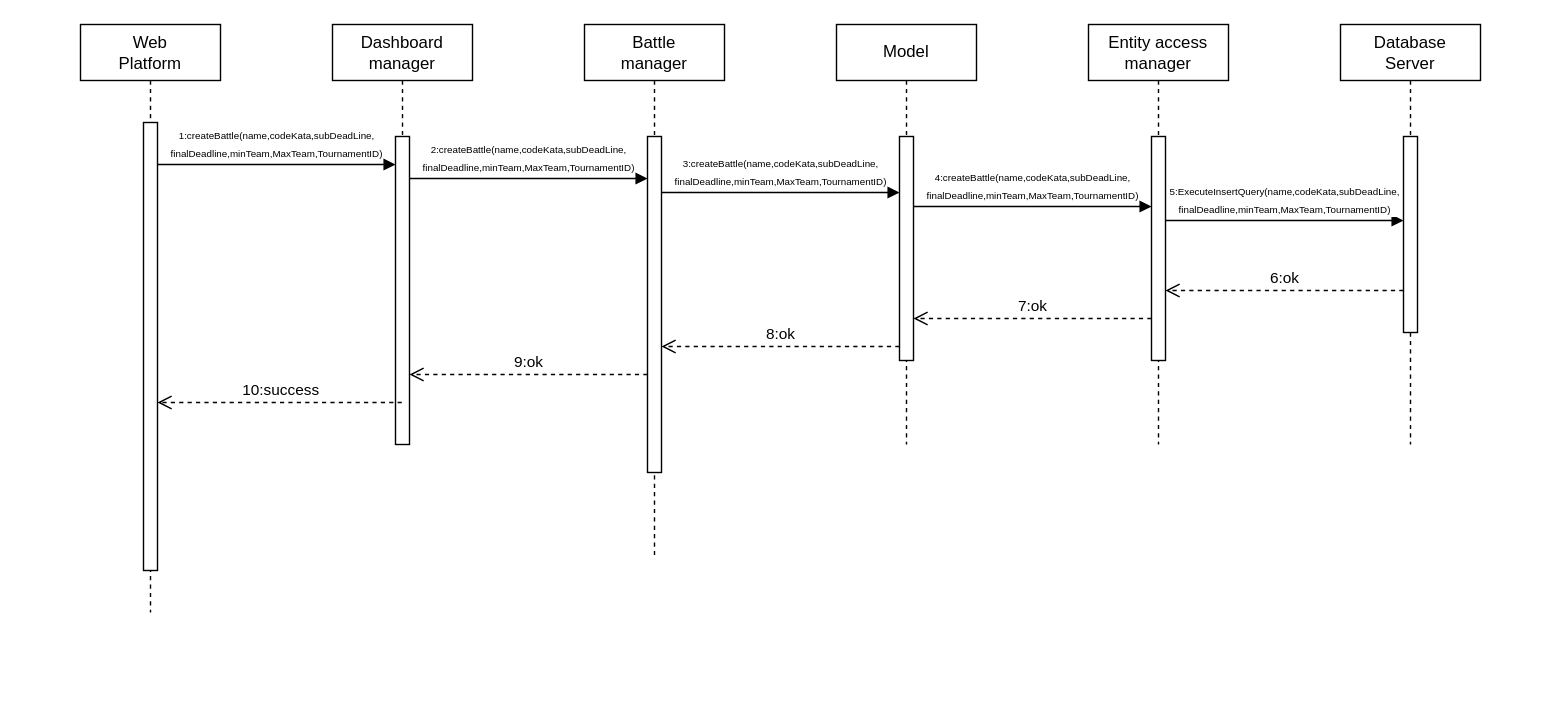
Earlier version of the draw.io diagram page "BattleCreation" (4 of 18) of diagrams/Runtime diagrams/RuntimeDiagrams.drawio (mttcrn/software-engineering-II-project). Source tidied: cells renumbered, new cells numbered last; positions are measured from the earlier drawing's top-left corner, leaving out a move shared by most shapes. Both pictures are drawn from the tidied source at 140%, with x=0, y=0 at pixel (80, 24).
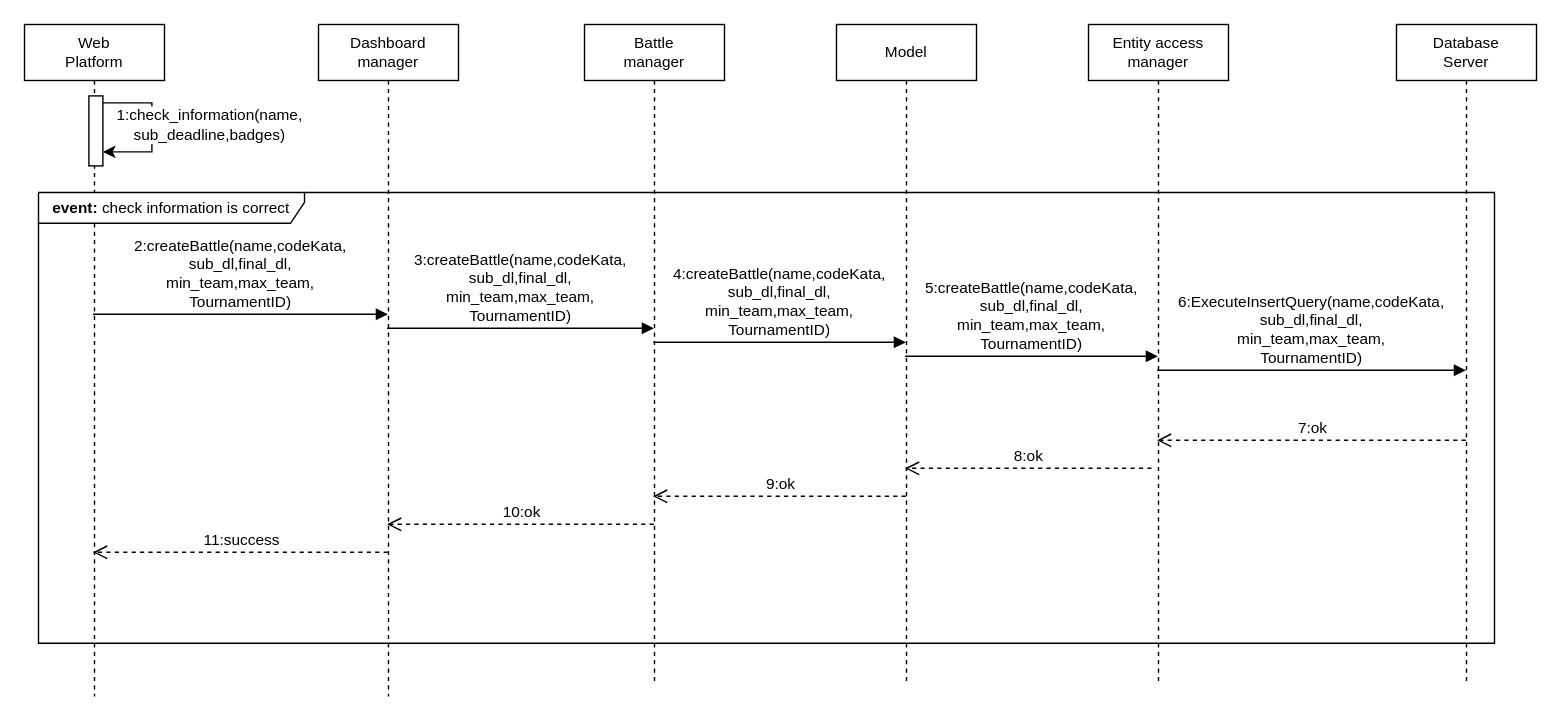
After the change.

Diff of the diagram source:
```diff
@@
-    <mxCell id="2" value="Web&lt;br&gt;Platform" style="shape=umlLifeline;perimeter=lifelinePerimeter;whiteSpace=wrap;html=1;newEdgeStyle={&quot;curved&quot;:0,&quot;rounded&quot;:0};" parent="1" vertex="1">
-      <mxGeometry width="100" height="420" as="geometry" />
+    <mxCell id="2" value="Web&lt;br style=&quot;font-size: 11px;&quot;&gt;Platform" style="shape=umlLifeline;perimeter=lifelinePerimeter;whiteSpace=wrap;html=1;newEdgeStyle={&quot;curved&quot;:0,&quot;rounded&quot;:0};fontSize=11;" parent="1" vertex="1">
+      <mxGeometry x="-40" width="100" height="480" as="geometry" />
     </mxCell>
-    <mxCell id="3" style="html=1;points=[[0,0,0,0,5],[0,1,0,0,-5],[1,0,0,0,5],[1,1,0,0,-5]];perimeter=orthogonalPerimeter;outlineConnect=0;targetShapes=umlLifeline;portConstraint=eastwest;newEdgeStyle={&quot;curved&quot;:0,&quot;rounded&quot;:0};" parent="2" vertex="1">
-      <mxGeometry x="45" y="70" width="10" height="320" as="geometry" />
-    </mxCell>
-    <mxCell id="4" value="Dashboard&lt;br&gt;manager" style="shape=umlLifeline;perimeter=lifelinePerimeter;whiteSpace=wrap;html=1;outlineConnect=0;portConstraint=eastwest;newEdgeStyle={&quot;curved&quot;:0,&quot;rounded&quot;:0};" parent="1" vertex="1">
-      <mxGeometry x="180" width="100" height="300" as="geometry" />
+    <mxCell id="4" value="Dashboard&lt;br style=&quot;font-size: 11px;&quot;&gt;manager" style="shape=umlLifeline;perimeter=lifelinePerimeter;whiteSpace=wrap;html=1;outlineConnect=0;portConstraint=eastwest;newEdgeStyle={&quot;curved&quot;:0,&quot;rounded&quot;:0};fontSize=11;" parent="1" vertex="1">
+      <mxGeometry x="170" width="100" height="480" as="geometry" />
     </mxCell>
-    <mxCell id="5" style="html=1;points=[[0,0,0,0,5],[0,1,0,0,-5],[1,0,0,0,5],[1,1,0,0,-5]];perimeter=orthogonalPerimeter;outlineConnect=0;targetShapes=umlLifeline;portConstraint=eastwest;newEdgeStyle={&quot;curved&quot;:0,&quot;rounded&quot;:0};" parent="4" vertex="1">
-      <mxGeometry x="45" y="80" width="10" height="220" as="geometry" />
-    </mxCell>
-    <mxCell id="6" value="Entity access&lt;br&gt;manager" style="shape=umlLifeline;perimeter=lifelinePerimeter;whiteSpace=wrap;html=1;newEdgeStyle={&quot;curved&quot;:0,&quot;rounded&quot;:0};" parent="1" vertex="1">
-      <mxGeometry x="720" width="100" height="300" as="geometry" />
+    <mxCell id="6" value="Entity access&lt;br style=&quot;font-size: 11px;&quot;&gt;manager" style="shape=umlLifeline;perimeter=lifelinePerimeter;whiteSpace=wrap;html=1;newEdgeStyle={&quot;curved&quot;:0,&quot;rounded&quot;:0};fontSize=11;" parent="1" vertex="1">
+      <mxGeometry x="720" width="100" height="470" as="geometry" />
     </mxCell>
-    <mxCell id="7" style="html=1;points=[[0,0,0,0,5],[0,1,0,0,-5],[1,0,0,0,5],[1,1,0,0,-5]];perimeter=orthogonalPerimeter;outlineConnect=0;targetShapes=umlLifeline;portConstraint=eastwest;newEdgeStyle={&quot;curved&quot;:0,&quot;rounded&quot;:0};" parent="6" vertex="1">
-      <mxGeometry x="45" y="80" width="10" height="160" as="geometry" />
-    </mxCell>
-    <mxCell id="8" value="Model" style="shape=umlLifeline;perimeter=lifelinePerimeter;whiteSpace=wrap;html=1;newEdgeStyle={&quot;curved&quot;:0,&quot;rounded&quot;:0};" parent="1" vertex="1">
-      <mxGeometry x="540" width="100" height="300" as="geometry" />
+    <mxCell id="8" value="Model" style="shape=umlLifeline;perimeter=lifelinePerimeter;whiteSpace=wrap;html=1;newEdgeStyle={&quot;curved&quot;:0,&quot;rounded&quot;:0};fontSize=11;" parent="1" vertex="1">
+      <mxGeometry x="540" width="100" height="470" as="geometry" />
     </mxCell>
-    <mxCell id="9" style="html=1;points=[[0,0,0,0,5],[0,1,0,0,-5],[1,0,0,0,5],[1,1,0,0,-5]];perimeter=orthogonalPerimeter;outlineConnect=0;targetShapes=umlLifeline;portConstraint=eastwest;newEdgeStyle={&quot;curved&quot;:0,&quot;rounded&quot;:0};" parent="8" vertex="1">
-      <mxGeometry x="45" y="80" width="10" height="160" as="geometry" />
-    </mxCell>
-    <mxCell id="10" value="Battle&lt;br&gt;manager" style="shape=umlLifeline;perimeter=lifelinePerimeter;whiteSpace=wrap;html=1;newEdgeStyle={&quot;curved&quot;:0,&quot;rounded&quot;:0};" parent="1" vertex="1">
-      <mxGeometry x="360" width="100" height="380" as="geometry" />
+    <mxCell id="10" value="Battle&lt;br style=&quot;font-size: 11px;&quot;&gt;manager" style="shape=umlLifeline;perimeter=lifelinePerimeter;whiteSpace=wrap;html=1;newEdgeStyle={&quot;curved&quot;:0,&quot;rounded&quot;:0};fontSize=11;" parent="1" vertex="1">
+      <mxGeometry x="360" width="100" height="470" as="geometry" />
     </mxCell>
-    <mxCell id="11" style="html=1;points=[[0,0,0,0,5],[0,1,0,0,-5],[1,0,0,0,5],[1,1,0,0,-5]];perimeter=orthogonalPerimeter;outlineConnect=0;targetShapes=umlLifeline;portConstraint=eastwest;newEdgeStyle={&quot;curved&quot;:0,&quot;rounded&quot;:0};" parent="10" vertex="1">
-      <mxGeometry x="45" y="80" width="10" height="240" as="geometry" />
-    </mxCell>
-    <mxCell id="12" value="Database&lt;br&gt;Server" style="shape=umlLifeline;perimeter=lifelinePerimeter;whiteSpace=wrap;html=1;newEdgeStyle={&quot;curved&quot;:0,&quot;rounded&quot;:0};" parent="1" vertex="1">
-      <mxGeometry x="900" width="100" height="300" as="geometry" />
+    <mxCell id="12" value="Database&lt;br style=&quot;font-size: 11px;&quot;&gt;Server" style="shape=umlLifeline;perimeter=lifelinePerimeter;whiteSpace=wrap;html=1;newEdgeStyle={&quot;curved&quot;:0,&quot;rounded&quot;:0};fontSize=11;" parent="1" vertex="1">
+      <mxGeometry x="940" width="100" height="470" as="geometry" />
     </mxCell>
-    <mxCell id="13" style="html=1;points=[[0,0,0,0,5],[0,1,0,0,-5],[1,0,0,0,5],[1,1,0,0,-5]];perimeter=orthogonalPerimeter;outlineConnect=0;targetShapes=umlLifeline;portConstraint=eastwest;newEdgeStyle={&quot;curved&quot;:0,&quot;rounded&quot;:0};" parent="12" vertex="1">
-      <mxGeometry x="45" y="80" width="10" height="140" as="geometry" />
-    </mxCell>
-    <mxCell id="14" value="&lt;font style=&quot;font-size: 7px;&quot;&gt;1:createBattle(name,codeKata,subDeadLine,&lt;br&gt;finalDeadline,minTeam,MaxTeam,TournamentID)&lt;/font&gt;" style="html=1;verticalAlign=bottom;endArrow=block;curved=0;rounded=0;" parent="1" edge="1" source="3" target="5">
+    <mxCell id="14" value="&lt;font style=&quot;font-size: 11px;&quot;&gt;2:createBattle(name,codeKata,&lt;br&gt;sub_dl,final_dl,&lt;br&gt;min_team,max_team,&lt;br&gt;TournamentID)&lt;/font&gt;" style="html=1;verticalAlign=bottom;endArrow=block;curved=0;rounded=0;fontSize=11;" parent="1" edge="1">
       <mxGeometry relative="1" as="geometry">
+        <mxPoint x="9" y="207" as="sourcePoint" />
+        <mxPoint x="219.5" y="207" as="targetPoint" />
         <Array as="points">
-          <mxPoint x="140" y="100" />
+          <mxPoint x="140" y="207" />
         </Array>
       </mxGeometry>
     </mxCell>
-    <mxCell id="15" value="&lt;font style=&quot;font-size: 7px;&quot;&gt;2:createBattle(name,codeKata,subDeadLine,&lt;br&gt;finalDeadline,minTeam,MaxTeam,TournamentID)&lt;/font&gt;" style="html=1;verticalAlign=bottom;endArrow=block;curved=0;rounded=0;" parent="1" edge="1" source="5" target="11">
+    <mxCell id="15" value="3:createBattle(name,codeKata,&lt;br style=&quot;border-color: var(--border-color);&quot;&gt;sub_dl,final_dl,&lt;br style=&quot;border-color: var(--border-color);&quot;&gt;min_team,max_team,&lt;br style=&quot;border-color: var(--border-color);&quot;&gt;TournamentID)" style="html=1;verticalAlign=bottom;endArrow=block;curved=0;rounded=0;fontSize=11;" parent="1" edge="1">
       <mxGeometry relative="1" as="geometry">
+        <mxPoint x="219" y="217" as="sourcePoint" />
+        <mxPoint x="409.5" y="217" as="targetPoint" />
         <Array as="points">
-          <mxPoint x="315" y="110" />
+          <mxPoint x="315" y="217" />
         </Array>
       </mxGeometry>
     </mxCell>
-    <mxCell id="16" value="&lt;font style=&quot;font-size: 7px;&quot;&gt;3:createBattle(name,codeKata,subDeadLine,&lt;br&gt;finalDeadline,minTeam,MaxTeam,TournamentID)&lt;/font&gt;" style="html=1;verticalAlign=bottom;endArrow=block;curved=0;rounded=0;" parent="1" edge="1">
+    <mxCell id="16" value="4:createBattle(name,codeKata,&lt;br style=&quot;border-color: var(--border-color);&quot;&gt;sub_dl,final_dl,&lt;br style=&quot;border-color: var(--border-color);&quot;&gt;min_team,max_team,&lt;br style=&quot;border-color: var(--border-color);&quot;&gt;TournamentID)" style="html=1;verticalAlign=bottom;endArrow=block;curved=0;rounded=0;fontSize=11;" parent="1" edge="1">
       <mxGeometry relative="1" as="geometry">
-        <mxPoint x="415" y="120" as="sourcePoint" />
-        <mxPoint x="585" y="120" as="targetPoint" />
+        <mxPoint x="409" y="227" as="sourcePoint" />
+        <mxPoint x="589.5" y="227" as="targetPoint" />
         <Array as="points">
-          <mxPoint x="485" y="120" />
+          <mxPoint x="485" y="227" />
         </Array>
       </mxGeometry>
     </mxCell>
-    <mxCell id="17" value="&lt;font style=&quot;font-size: 7px;&quot;&gt;4:createBattle(name,codeKata,subDeadLine,&lt;br&gt;finalDeadline,minTeam,MaxTeam,TournamentID)&lt;/font&gt;" style="html=1;verticalAlign=bottom;endArrow=block;curved=0;rounded=0;" parent="1" edge="1" source="9" target="7">
+    <mxCell id="17" value="5:createBattle(name,codeKata,&lt;br style=&quot;border-color: var(--border-color);&quot;&gt;sub_dl,final_dl,&lt;br style=&quot;border-color: var(--border-color);&quot;&gt;min_team,max_team,&lt;br style=&quot;border-color: var(--border-color);&quot;&gt;TournamentID)" style="html=1;verticalAlign=bottom;endArrow=block;curved=0;rounded=0;fontSize=11;" parent="1" edge="1">
       <mxGeometry relative="1" as="geometry">
+        <mxPoint x="589" y="237" as="sourcePoint" />
+        <mxPoint x="769.5" y="237" as="targetPoint" />
         <Array as="points">
-          <mxPoint x="695" y="130" />
+          <mxPoint x="695" y="237" />
         </Array>
       </mxGeometry>
     </mxCell>
-    <mxCell id="18" value="&lt;font style=&quot;font-size: 7px;&quot;&gt;5:ExecuteInsertQuery(name,codeKata,subDeadLine,&lt;br&gt;finalDeadline,minTeam,MaxTeam,TournamentID)&lt;/font&gt;" style="html=1;verticalAlign=bottom;endArrow=block;curved=0;rounded=0;" parent="1" edge="1" source="7" target="13">
+    <mxCell id="18" value="&lt;font style=&quot;font-size: 11px;&quot;&gt;6:ExecuteInsertQuery(name,codeKata,&lt;br&gt;sub_dl,final_dl,&lt;br&gt;min_team,max_team,&lt;br&gt;TournamentID)&lt;/font&gt;" style="html=1;verticalAlign=bottom;endArrow=block;curved=0;rounded=0;fontSize=11;" parent="1" edge="1">
       <mxGeometry relative="1" as="geometry">
+        <mxPoint x="769" y="247" as="sourcePoint" />
+        <mxPoint x="989.5" y="247" as="targetPoint" />
         <Array as="points">
-          <mxPoint x="810" y="140" />
+          <mxPoint x="810" y="247" />
         </Array>
       </mxGeometry>
     </mxCell>
-    <mxCell id="19" value="6:ok" style="html=1;verticalAlign=bottom;endArrow=open;dashed=1;endSize=8;curved=0;rounded=0;" parent="1" edge="1" source="13" target="7">
+    <mxCell id="19" value="7:ok" style="html=1;verticalAlign=bottom;endArrow=open;dashed=1;endSize=8;curved=0;rounded=0;fontSize=11;" parent="1" edge="1">
       <mxGeometry relative="1" as="geometry">
+        <mxPoint x="989.5" y="297" as="sourcePoint" />
+        <mxPoint x="769" y="297" as="targetPoint" />
         <Array as="points">
-          <mxPoint x="860" y="190" />
+          <mxPoint x="860" y="297" />
         </Array>
       </mxGeometry>
     </mxCell>
-    <mxCell id="20" value="7:ok" style="html=1;verticalAlign=bottom;endArrow=open;dashed=1;endSize=8;curved=0;rounded=0;" parent="1" edge="1" source="7" target="9">
+    <mxCell id="20" value="8:ok" style="html=1;verticalAlign=bottom;endArrow=open;dashed=1;endSize=8;curved=0;rounded=0;fontSize=11;" parent="1" edge="1">
       <mxGeometry relative="1" as="geometry">
+        <mxPoint x="765" y="317" as="sourcePoint" />
+        <mxPoint x="589" y="317" as="targetPoint" />
         <Array as="points">
-          <mxPoint x="690" y="210" />
-          <mxPoint x="600" y="210" />
+          <mxPoint x="690" y="317" />
+          <mxPoint x="600" y="317" />
         </Array>
       </mxGeometry>
     </mxCell>
-    <mxCell id="21" value="8:ok" style="html=1;verticalAlign=bottom;endArrow=open;dashed=1;endSize=8;curved=0;rounded=0;" parent="1" edge="1" source="9" target="11">
+    <mxCell id="21" value="9:ok" style="html=1;verticalAlign=bottom;endArrow=open;dashed=1;endSize=8;curved=0;rounded=0;fontSize=11;" parent="1" edge="1">
       <mxGeometry relative="1" as="geometry">
+        <mxPoint x="589.5" y="337" as="sourcePoint" />
+        <mxPoint x="409" y="337" as="targetPoint" />
         <Array as="points">
-          <mxPoint x="490" y="230" />
+          <mxPoint x="490" y="337" />
         </Array>
       </mxGeometry>
     </mxCell>
-    <mxCell id="22" value="9:ok" style="html=1;verticalAlign=bottom;endArrow=open;dashed=1;endSize=8;curved=0;rounded=0;" parent="1" edge="1" source="11" target="5">
+    <mxCell id="22" value="10:ok" style="html=1;verticalAlign=bottom;endArrow=open;dashed=1;endSize=8;curved=0;rounded=0;fontSize=11;" parent="1" edge="1">
       <mxGeometry relative="1" as="geometry">
+        <mxPoint x="409.5" y="357" as="sourcePoint" />
+        <mxPoint x="219" y="357" as="targetPoint" />
         <Array as="points">
-          <mxPoint x="270" y="250" />
+          <mxPoint x="270" y="357" />
         </Array>
       </mxGeometry>
     </mxCell>
-    <mxCell id="23" value="10:success" style="html=1;verticalAlign=bottom;endArrow=open;dashed=1;endSize=8;curved=0;rounded=0;" parent="1" edge="1" source="4" target="3">
+    <mxCell id="23" value="11:success" style="html=1;verticalAlign=bottom;endArrow=open;dashed=1;endSize=8;curved=0;rounded=0;fontSize=11;" parent="1" edge="1">
       <mxGeometry relative="1" as="geometry">
+        <mxPoint x="219.5" y="377" as="sourcePoint" />
+        <mxPoint x="9" y="377" as="targetPoint" />
         <Array as="points">
-          <mxPoint x="125" y="270" />
+          <mxPoint x="125" y="377" />
         </Array>
       </mxGeometry>
     </mxCell>
+    <mxCell id="24" style="html=1;points=[[0,0,0,0,5],[0,1,0,0,-5],[1,0,0,0,5],[1,1,0,0,-5]];perimeter=orthogonalPerimeter;outlineConnect=0;targetShapes=umlLifeline;portConstraint=eastwest;newEdgeStyle={&quot;curved&quot;:0,&quot;rounded&quot;:0};fontSize=11;" parent="1" vertex="1">
+      <mxGeometry x="6" y="51" width="10" height="50" as="geometry" />
+    </mxCell>
+    <mxCell id="25" style="edgeStyle=orthogonalEdgeStyle;rounded=0;orthogonalLoop=1;jettySize=auto;html=1;curved=0;exitX=1;exitY=0;exitDx=0;exitDy=5;exitPerimeter=0;" parent="1" edge="1" source="24" target="24">
+      <mxGeometry relative="1" as="geometry">
+        <Array as="points">
+          <mxPoint x="51" y="56" />
+          <mxPoint x="51" y="91" />
+        </Array>
+      </mxGeometry>
+    </mxCell>
+    <mxCell id="26" value="1:check_information(name,&lt;br style=&quot;border-color: var(--border-color);&quot;&gt;sub_deadline,badges)" style="edgeLabel;html=1;align=center;verticalAlign=middle;" parent="25" vertex="1">
+      <mxGeometry x="-0.04" y="-2" relative="1" as="geometry">
+        <mxPoint x="42" as="offset" />
+      </mxGeometry>
+    </mxCell>
+    <mxCell id="27" value="&lt;b&gt;event: &lt;/b&gt;check information is correct" style="shape=umlFrame;whiteSpace=wrap;html=1;fontSize=11;width=190;height=22;" parent="1" vertex="1">
+      <mxGeometry x="-30" y="120" width="1040" height="322" as="geometry" />
+    </mxCell>
```
